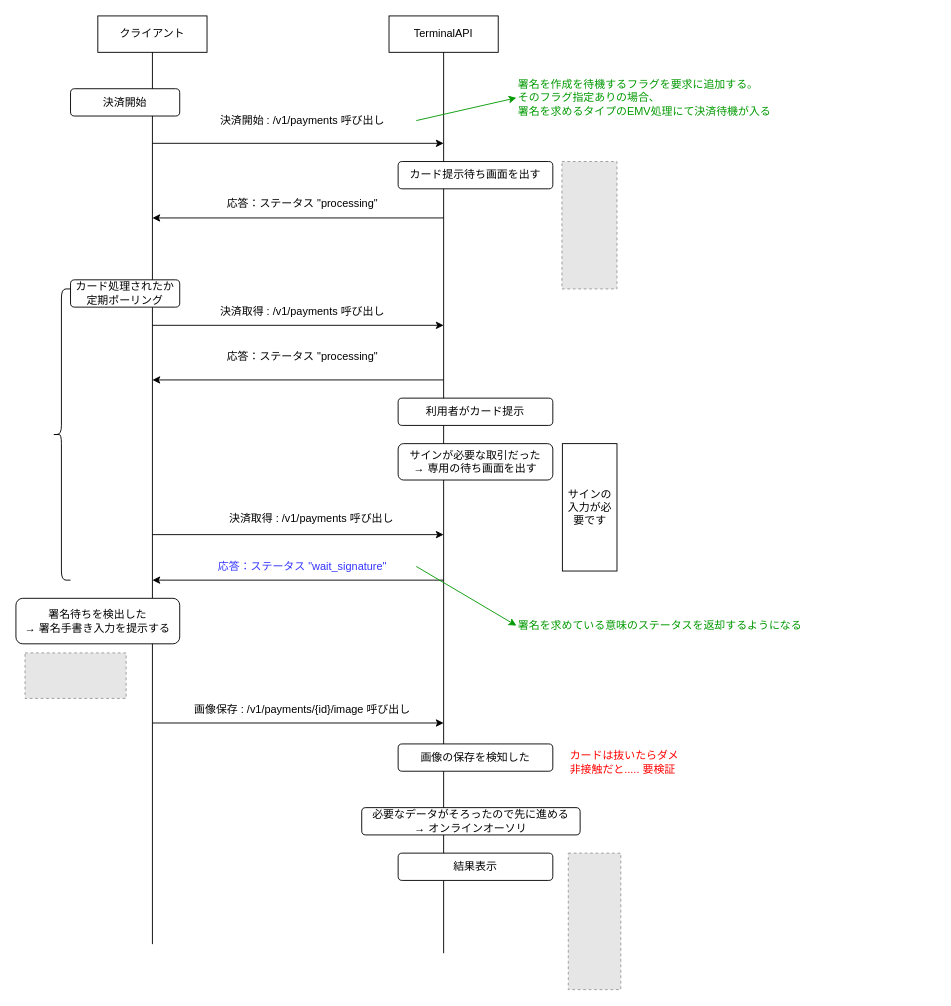
This is page "フロー" (2 of 2) of feature/電子サイン/obj/image.drawio from kyoshizawa/kywiki, a draw.io file, before an edit. Source tidied: cells renumbered, new cells numbered last; positions are measured from the earlier drawing's top-left corner, leaving out a move shared by most shapes. Both pictures are drawn from the tidied source at 91%, with x=0, y=0 at pixel (15, 15). Pictures stored in the file or linked from it are replaced by grey dashed boxes.
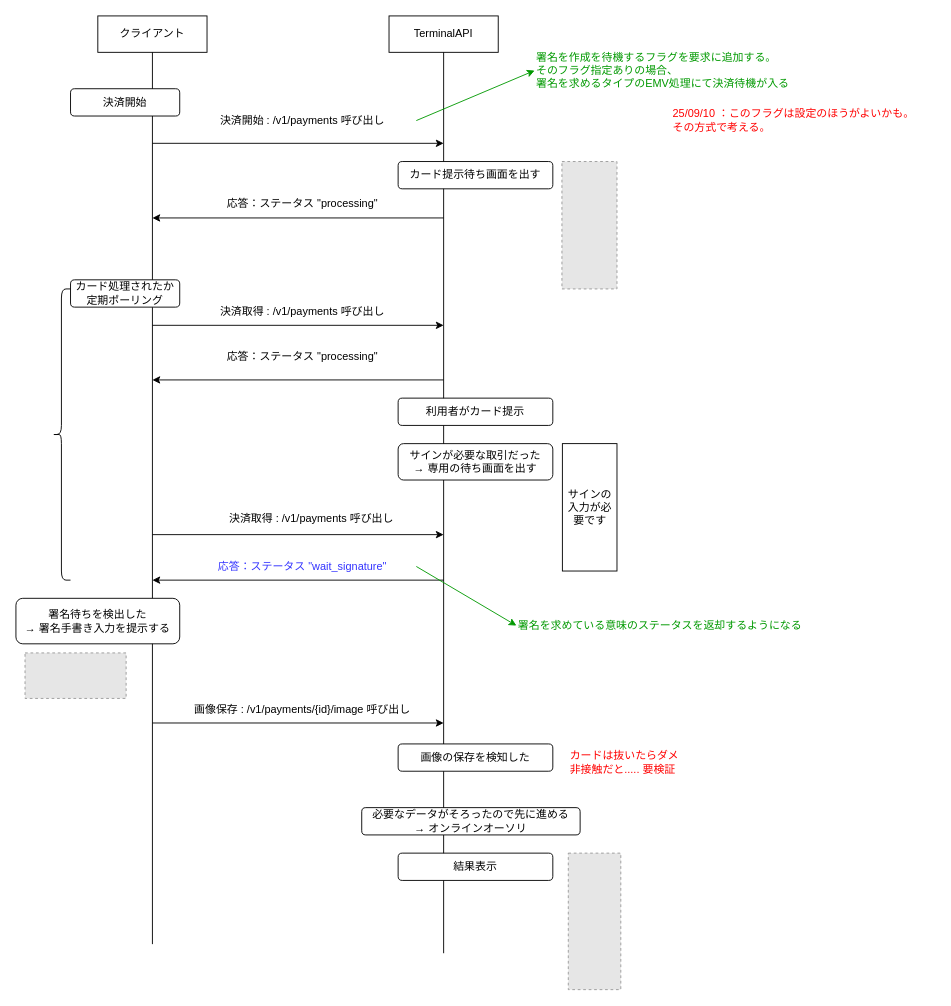
Above is the later version.

Change to the diagram source:
```diff
@@
     <mxCell id="9" value="署名を作成を待機するフラグを要求に追加する。&lt;div&gt;そのフラグ指定ありの場合、&lt;/div&gt;&lt;div&gt;署名を求めるタイプのEMV処理にて決済待機が入る&lt;/div&gt;" style="text;html=1;align=left;verticalAlign=middle;whiteSpace=wrap;rounded=0;fontColor=#009900;" parent="1" vertex="1">
-      <mxGeometry x="550" y="50" width="290" height="80" as="geometry" />
+      <mxGeometry x="570" y="20" width="290" height="80" as="geometry" />
     </mxCell>
@@
+    <mxCell id="39" value="&lt;font style=&quot;color: rgb(255, 0, 0);&quot;&gt;25/09/10 ：このフラグは設定のほうがよいかも。&lt;/font&gt;&lt;div&gt;&lt;font style=&quot;color: rgb(255, 0, 0);&quot;&gt;その方式で考える。&lt;/font&gt;&lt;/div&gt;" style="text;html=1;align=left;verticalAlign=middle;whiteSpace=wrap;rounded=0;fontColor=#009900;" parent="1" vertex="1">
+      <mxGeometry x="720" y="75" width="290" height="80" as="geometry" />
+    </mxCell>
```
